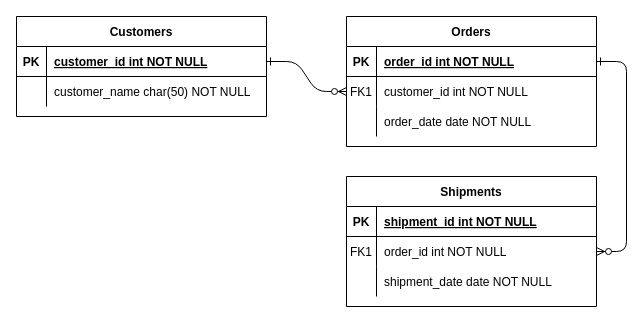
Above: Untitled Diagram.drawio in MuziCodes/Testing (draw.io), before the change. Source tidied: cells renumbered, new cells numbered last; positions are measured from the earlier drawing's top-left corner, leaving out a move shared by most shapes. Both pictures are drawn from the tidied source at 100%, with x=0, y=0 at pixel (16, 16).
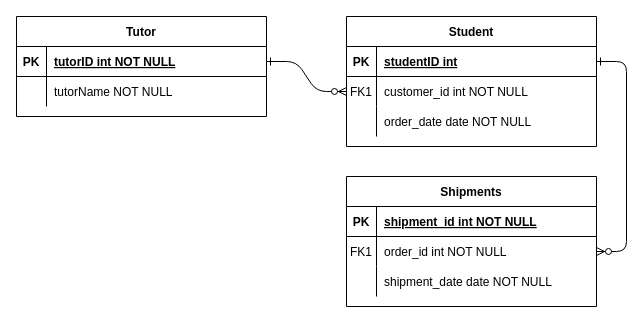
The same diagram, later.

Unchanged cells that the change refers to:
```xml
<mxCell id="5" style="shape=partialRectangle;fillColor=none;points=[[0,0.5],[1,0.5]];portConstraint=eastwest;top=0;left=0;right=0;bottom=1;" parent="4" vertex="1">
  <mxGeometry y="30" width="250" height="30" as="geometry" />
</mxCell>
<mxCell id="25" style="shape=partialRectangle;fillColor=none;points=[[0,0.5],[1,0.5]];portConstraint=eastwest;top=0;left=0;right=0;bottom=1;" parent="24" vertex="1">
  <mxGeometry y="30" width="250" height="30" as="geometry" />
</mxCell>
<mxCell id="28" style="shape=partialRectangle;fillColor=none;top=0;left=0;right=0;bottom=0;" parent="24" vertex="1">
  <mxGeometry y="60" width="250" height="30" as="geometry" />
</mxCell>
```

The edit, as a diff of the source:
```diff
@@
-    <mxCell id="4" value="Orders" style="shape=table;startSize=30;childLayout=tableLayout;rowLines=0;fontStyle=1;align=center;" parent="1" vertex="1">
+    <mxCell id="4" value="Student" style="shape=table;startSize=30;childLayout=tableLayout;rowLines=0;fontStyle=1;align=center;" parent="1" vertex="1">
       <mxGeometry x="330" width="250" height="130" as="geometry" />
     </mxCell>
@@
-    <mxCell id="7" value="order_id int NOT NULL " style="shape=partialRectangle;overflow=hidden;fillColor=none;top=0;left=0;bottom=0;right=0;align=left;spacingLeft=6;fontStyle=5;" parent="5" vertex="1">
+    <mxCell id="7" value="studentID int" style="shape=partialRectangle;overflow=hidden;fillColor=none;top=0;left=0;bottom=0;right=0;align=left;spacingLeft=6;fontStyle=5;" parent="5" vertex="1">
       <mxGeometry x="30" width="220" height="30" as="geometry" />
     </mxCell>
@@
-    <mxCell id="24" value="Customers" style="shape=table;startSize=30;childLayout=tableLayout;rowLines=0;fontStyle=1;align=center;" parent="1" vertex="1">
+    <mxCell id="24" value="Tutor" style="shape=table;startSize=30;childLayout=tableLayout;rowLines=0;fontStyle=1;align=center;" parent="1" vertex="1">
       <mxGeometry width="250" height="100" as="geometry" />
     </mxCell>
@@
-    <mxCell id="27" value="customer_id int NOT NULL " style="shape=partialRectangle;overflow=hidden;fillColor=none;top=0;left=0;bottom=0;right=0;align=left;spacingLeft=6;fontStyle=5;" parent="25" vertex="1">
+    <mxCell id="27" value="tutorID int NOT NULL" style="shape=partialRectangle;overflow=hidden;fillColor=none;top=0;left=0;bottom=0;right=0;align=left;spacingLeft=6;fontStyle=5;" parent="25" vertex="1">
       <mxGeometry x="30" width="220" height="30" as="geometry" />
     </mxCell>
@@
-    <mxCell id="30" value="customer_name char(50) NOT NULL" style="shape=partialRectangle;overflow=hidden;fillColor=none;top=0;left=0;bottom=0;right=0;align=left;spacingLeft=6;" parent="28" vertex="1">
+    <mxCell id="30" value="tutorName NOT NULL" style="shape=partialRectangle;overflow=hidden;fillColor=none;top=0;left=0;bottom=0;right=0;align=left;spacingLeft=6;" parent="28" vertex="1">
       <mxGeometry x="30" width="220" height="30" as="geometry" />
     </mxCell>
```
